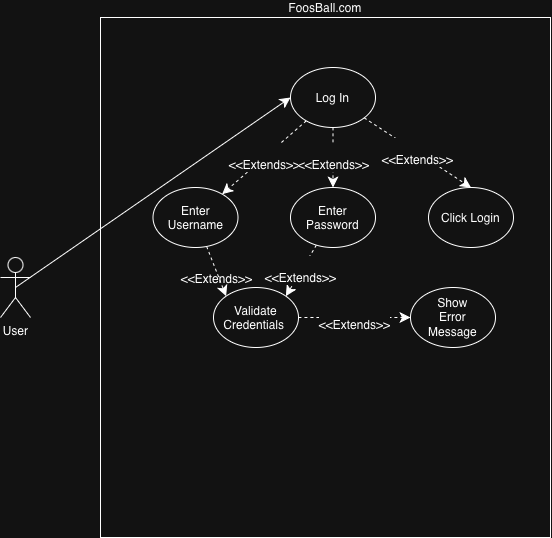
b21-c/is202-group5-project keeps this draw.io diagram as Foosball.com.drawio.png. Above is the earlier version. Source tidied: cells renumbered, new cells last; positions are measured from the earlier drawing's top-left corner, leaving out a move shared by most shapes. Its diagram source:
```xml
<mxGraphModel>
  <root>
    <mxCell id="0" />
    <mxCell id="1" parent="0" />
    <mxCell id="2" value="FoosBall.com" style="rounded=0;whiteSpace=wrap;html=1;labelPosition=center;verticalLabelPosition=top;align=center;verticalAlign=bottom;" parent="1" vertex="1">
      <mxGeometry x="100" width="450" height="520" as="geometry" />
    </mxCell>
    <mxCell id="3" style="edgeStyle=none;curved=1;rounded=0;jettySize=auto;html=1;exitX=0.5;exitY=0.5;exitDx=0;exitDy=0;exitPerimeter=0;entryX=0;entryY=0.5;entryDx=0;entryDy=0;fontSize=12;startSize=8;endSize=8;" parent="1" edge="1" source="4" target="8">
      <mxGeometry relative="1" as="geometry" />
    </mxCell>
    <mxCell id="4" value="User&lt;div&gt;&lt;br&gt;&lt;/div&gt;" style="shape=umlActor;verticalLabelPosition=bottom;verticalAlign=top;html=1;outlineConnect=0;" parent="1" vertex="1">
      <mxGeometry y="240" width="30" height="60" as="geometry" />
    </mxCell>
    <mxCell id="5" value="&lt;br&gt;&lt;div&gt;&amp;lt;&amp;lt;Extends&amp;gt;&amp;gt;&lt;br&gt;&lt;/div&gt;" style="edgeStyle=none;curved=1;rounded=0;jettySize=auto;html=1;entryX=0.5;entryY=0;entryDx=0;entryDy=0;fontSize=12;startSize=8;endSize=8;dashed=1;labelBackgroundColor=default;" parent="1" edge="1" source="8" target="13">
      <mxGeometry relative="1" as="geometry" />
    </mxCell>
    <mxCell id="6" value="&lt;br&gt;&lt;div&gt;&amp;lt;&amp;lt;Extends&amp;gt;&amp;gt;&lt;br&gt;&lt;/div&gt;" style="edgeStyle=none;curved=1;rounded=0;jettySize=auto;html=1;fontSize=12;startSize=8;endSize=8;dashed=1;" parent="1" edge="1" source="8" target="12">
      <mxGeometry relative="1" as="geometry" />
    </mxCell>
    <mxCell id="7" value="&lt;br&gt;&lt;div&gt;&amp;lt;&amp;lt;Extends&amp;gt;&amp;gt;&lt;br&gt;&lt;/div&gt;" style="edgeStyle=none;curved=1;rounded=0;jettySize=auto;html=1;fontSize=12;startSize=8;endSize=8;dashed=1;" parent="1" edge="1" source="8" target="10">
      <mxGeometry relative="1" as="geometry" />
    </mxCell>
    <mxCell id="8" value="Log In" style="ellipse;whiteSpace=wrap;html=1;shapeInside=1;" parent="1" vertex="1">
      <mxGeometry x="290" y="50" width="85" height="60" as="geometry" />
    </mxCell>
    <mxCell id="9" value="&lt;br&gt;&lt;div&gt;&amp;lt;&amp;lt;Extends&amp;gt;&amp;gt;&lt;br&gt;&lt;/div&gt;" style="edgeStyle=none;curved=1;rounded=0;jettySize=auto;html=1;entryX=1;entryY=0;entryDx=0;entryDy=0;fontSize=12;startSize=8;endSize=8;dashed=1;" parent="1" edge="1" source="10" target="15">
      <mxGeometry relative="1" as="geometry" />
    </mxCell>
    <mxCell id="10" value="Enter Password" style="ellipse;whiteSpace=wrap;html=1;shapeInside=1;" parent="1" vertex="1">
      <mxGeometry x="290" y="170" width="85" height="60" as="geometry" />
    </mxCell>
    <mxCell id="11" value="&lt;br&gt;&lt;div&gt;&lt;span&gt;&amp;lt;&amp;lt;Extends&amp;gt;&amp;gt;&lt;/span&gt;&lt;br&gt;&lt;/div&gt;" style="edgeStyle=none;curved=1;rounded=0;jettySize=auto;html=1;entryX=0;entryY=0;entryDx=0;entryDy=0;fontSize=12;startSize=8;endSize=8;dashed=1;labelBackgroundColor=none;fontColor=default;" parent="1" edge="1" source="12" target="15">
      <mxGeometry x="0.01" relative="1" as="geometry" />
    </mxCell>
    <mxCell id="12" value="Enter Username" style="ellipse;whiteSpace=wrap;html=1;shapeInside=1;" parent="1" vertex="1">
      <mxGeometry x="152.5" y="170" width="85" height="60" as="geometry" />
    </mxCell>
    <mxCell id="13" value="Click Login" style="ellipse;whiteSpace=wrap;html=1;shapeInside=1;" parent="1" vertex="1">
      <mxGeometry x="428" y="170" width="85" height="60" as="geometry" />
    </mxCell>
    <mxCell id="14" value="&lt;span&gt;&lt;br&gt;&lt;/span&gt;&lt;div&gt;&lt;span&gt;&amp;lt;&amp;lt;Extends&amp;gt;&amp;gt;&lt;/span&gt;&lt;br&gt;&lt;/div&gt;" style="edgeStyle=none;curved=1;rounded=0;jettySize=auto;html=1;fontSize=12;startSize=8;endSize=8;dashed=1;" parent="1" edge="1" source="15" target="16">
      <mxGeometry relative="1" as="geometry" />
    </mxCell>
    <mxCell id="15" value="Validate Credentials&amp;nbsp;" style="ellipse;whiteSpace=wrap;html=1;shapeInside=1;" parent="1" vertex="1">
      <mxGeometry x="213" y="270" width="85" height="60" as="geometry" />
    </mxCell>
    <mxCell id="16" value="Show Error Message" style="ellipse;whiteSpace=wrap;html=1;shapeInside=1;" parent="1" vertex="1">
      <mxGeometry x="410" y="270" width="85" height="60" as="geometry" />
    </mxCell>
  </root>
</mxGraphModel>
```
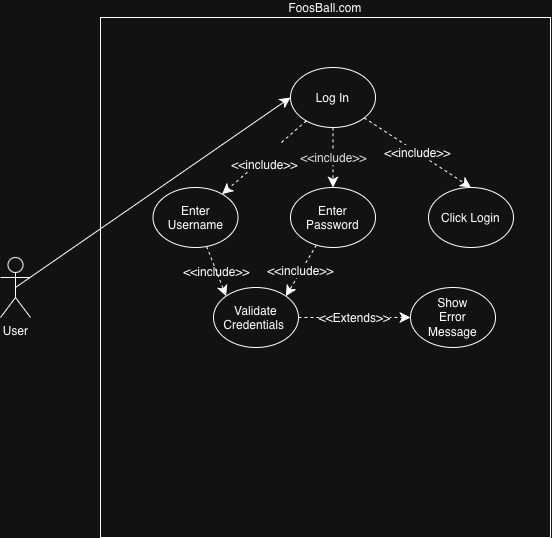
After the commit.

The edit, as a diff of the source:
```diff
@@ -11,26 +11,26 @@
     <mxCell id="4" value="User&lt;div&gt;&lt;br&gt;&lt;/div&gt;" style="shape=umlActor;verticalLabelPosition=bottom;verticalAlign=top;html=1;outlineConnect=0;" parent="1" vertex="1">
       <mxGeometry y="240" width="30" height="60" as="geometry" />
     </mxCell>
-    <mxCell id="5" value="&lt;br&gt;&lt;div&gt;&amp;lt;&amp;lt;Extends&amp;gt;&amp;gt;&lt;br&gt;&lt;/div&gt;" style="edgeStyle=none;curved=1;rounded=0;jettySize=auto;html=1;entryX=0.5;entryY=0;entryDx=0;entryDy=0;fontSize=12;startSize=8;endSize=8;dashed=1;labelBackgroundColor=default;" parent="1" edge="1" source="8" target="13">
+    <mxCell id="5" value="&lt;span style=&quot;caret-color: rgb(255, 255, 255); font-family: Helvetica; font-size: 12px; font-style: normal; font-variant-caps: normal; font-weight: 400; letter-spacing: normal; orphans: 2; text-align: center; text-indent: 0px; text-transform: none; white-space: nowrap; widows: 2; word-spacing: 0px; -webkit-text-stroke-width: 0px; text-decoration: none; float: none; color: light-dark(rgb(255, 255, 255), rgb(255, 255, 255)); display: inline !important;&quot;&gt;&amp;lt;&amp;lt;include&amp;gt;&amp;gt;&lt;/span&gt;" style="edgeStyle=none;curved=1;rounded=0;jettySize=auto;html=1;entryX=0.5;entryY=0;entryDx=0;entryDy=0;fontSize=12;startSize=8;endSize=8;dashed=1;labelBackgroundColor=default;" parent="1" edge="1" source="8" target="13">
       <mxGeometry relative="1" as="geometry" />
     </mxCell>
-    <mxCell id="6" value="&lt;br&gt;&lt;div&gt;&amp;lt;&amp;lt;Extends&amp;gt;&amp;gt;&lt;br&gt;&lt;/div&gt;" style="edgeStyle=none;curved=1;rounded=0;jettySize=auto;html=1;fontSize=12;startSize=8;endSize=8;dashed=1;" parent="1" edge="1" source="8" target="12">
+    <mxCell id="6" value="&lt;br&gt;&lt;div&gt;&amp;lt;&amp;lt;include&amp;gt;&amp;gt;&lt;br&gt;&lt;/div&gt;" style="edgeStyle=none;curved=1;rounded=0;jettySize=auto;html=1;fontSize=12;startSize=8;endSize=8;dashed=1;" parent="1" edge="1" source="8" target="12">
       <mxGeometry relative="1" as="geometry" />
     </mxCell>
-    <mxCell id="7" value="&lt;br&gt;&lt;div&gt;&amp;lt;&amp;lt;Extends&amp;gt;&amp;gt;&lt;br&gt;&lt;/div&gt;" style="edgeStyle=none;curved=1;rounded=0;jettySize=auto;html=1;fontSize=12;startSize=8;endSize=8;dashed=1;" parent="1" edge="1" source="8" target="10">
+    <mxCell id="7" value="&lt;font color=&quot;#121212&quot;&gt;&lt;span style=&quot;caret-color: rgb(18, 18, 18);&quot;&gt;&amp;lt;&amp;lt;include&amp;gt;&amp;gt;&lt;/span&gt;&lt;/font&gt;" style="edgeStyle=none;curved=1;rounded=0;jettySize=auto;html=1;fontSize=12;startSize=8;endSize=8;dashed=1;" parent="1" edge="1" source="8" target="10">
       <mxGeometry relative="1" as="geometry" />
     </mxCell>
     <mxCell id="8" value="Log In" style="ellipse;whiteSpace=wrap;html=1;shapeInside=1;" parent="1" vertex="1">
       <mxGeometry x="290" y="50" width="85" height="60" as="geometry" />
     </mxCell>
-    <mxCell id="9" value="&lt;br&gt;&lt;div&gt;&amp;lt;&amp;lt;Extends&amp;gt;&amp;gt;&lt;br&gt;&lt;/div&gt;" style="edgeStyle=none;curved=1;rounded=0;jettySize=auto;html=1;entryX=1;entryY=0;entryDx=0;entryDy=0;fontSize=12;startSize=8;endSize=8;dashed=1;" parent="1" edge="1" source="10" target="15">
+    <mxCell id="9" value="&lt;span style=&quot;caret-color: rgb(255, 255, 255); font-family: Helvetica; font-size: 12px; font-style: normal; font-variant-caps: normal; font-weight: 400; letter-spacing: normal; orphans: 2; text-align: center; text-indent: 0px; text-transform: none; white-space: nowrap; widows: 2; word-spacing: 0px; -webkit-text-stroke-width: 0px; text-decoration: none; float: none; color: light-dark(rgb(255, 255, 255), rgb(255, 255, 255)); display: inline !important;&quot;&gt;&amp;lt;&amp;lt;include&amp;gt;&amp;gt;&lt;/span&gt;" style="edgeStyle=none;curved=1;rounded=0;jettySize=auto;html=1;entryX=1;entryY=0;entryDx=0;entryDy=0;fontSize=12;startSize=8;endSize=8;dashed=1;" parent="1" edge="1" source="10" target="15">
       <mxGeometry relative="1" as="geometry" />
     </mxCell>
     <mxCell id="10" value="Enter Password" style="ellipse;whiteSpace=wrap;html=1;shapeInside=1;" parent="1" vertex="1">
       <mxGeometry x="290" y="170" width="85" height="60" as="geometry" />
     </mxCell>
-    <mxCell id="11" value="&lt;br&gt;&lt;div&gt;&lt;span&gt;&amp;lt;&amp;lt;Extends&amp;gt;&amp;gt;&lt;/span&gt;&lt;br&gt;&lt;/div&gt;" style="edgeStyle=none;curved=1;rounded=0;jettySize=auto;html=1;entryX=0;entryY=0;entryDx=0;entryDy=0;fontSize=12;startSize=8;endSize=8;dashed=1;labelBackgroundColor=none;fontColor=default;" parent="1" edge="1" source="12" target="15">
-      <mxGeometry x="0.01" relative="1" as="geometry" />
+    <mxCell id="11" value="&lt;span style=&quot;caret-color: rgb(255, 255, 255); font-family: Helvetica; font-size: 12px; font-style: normal; font-variant-caps: normal; font-weight: 400; letter-spacing: normal; orphans: 2; text-align: center; text-indent: 0px; text-transform: none; white-space: nowrap; widows: 2; word-spacing: 0px; -webkit-text-stroke-width: 0px; text-decoration: none; float: none; display: inline !important;&quot;&gt;&amp;lt;&amp;lt;include&amp;gt;&amp;gt;&lt;/span&gt;" style="edgeStyle=none;curved=1;rounded=0;jettySize=auto;html=1;entryX=0;entryY=0;entryDx=0;entryDy=0;fontSize=12;startSize=8;endSize=8;dashed=1;labelBackgroundColor=none;fontColor=default;" parent="1" edge="1" source="12" target="15">
+      <mxGeometry relative="1" as="geometry" />
     </mxCell>
     <mxCell id="12" value="Enter Username" style="ellipse;whiteSpace=wrap;html=1;shapeInside=1;" parent="1" vertex="1">
       <mxGeometry x="152.5" y="170" width="85" height="60" as="geometry" />
@@ -38,7 +38,7 @@
     <mxCell id="13" value="Click Login" style="ellipse;whiteSpace=wrap;html=1;shapeInside=1;" parent="1" vertex="1">
       <mxGeometry x="428" y="170" width="85" height="60" as="geometry" />
     </mxCell>
-    <mxCell id="14" value="&lt;span&gt;&lt;br&gt;&lt;/span&gt;&lt;div&gt;&lt;span&gt;&amp;lt;&amp;lt;Extends&amp;gt;&amp;gt;&lt;/span&gt;&lt;br&gt;&lt;/div&gt;" style="edgeStyle=none;curved=1;rounded=0;jettySize=auto;html=1;fontSize=12;startSize=8;endSize=8;dashed=1;" parent="1" edge="1" source="15" target="16">
+    <mxCell id="14" value="&lt;span style=&quot;caret-color: rgb(255, 255, 255); font-family: Helvetica; font-size: 12px; font-style: normal; font-variant-caps: normal; font-weight: 400; letter-spacing: normal; orphans: 2; text-align: center; text-indent: 0px; text-transform: none; white-space: nowrap; widows: 2; word-spacing: 0px; -webkit-text-stroke-width: 0px; text-decoration: none; float: none; color: light-dark(rgb(255, 255, 255), rgb(255, 255, 255)); display: inline !important;&quot;&gt;&amp;lt;&amp;lt;Extends&lt;/span&gt;&lt;span style=&quot;caret-color: rgb(18, 18, 18);&quot;&gt;&amp;gt;&amp;gt;&lt;/span&gt;" style="edgeStyle=none;curved=1;rounded=0;jettySize=auto;html=1;fontSize=12;startSize=8;endSize=8;dashed=1;" parent="1" edge="1" source="15" target="16">
       <mxGeometry relative="1" as="geometry" />
     </mxCell>
     <mxCell id="15" value="Validate Credentials&amp;nbsp;" style="ellipse;whiteSpace=wrap;html=1;shapeInside=1;" parent="1" vertex="1">
```
